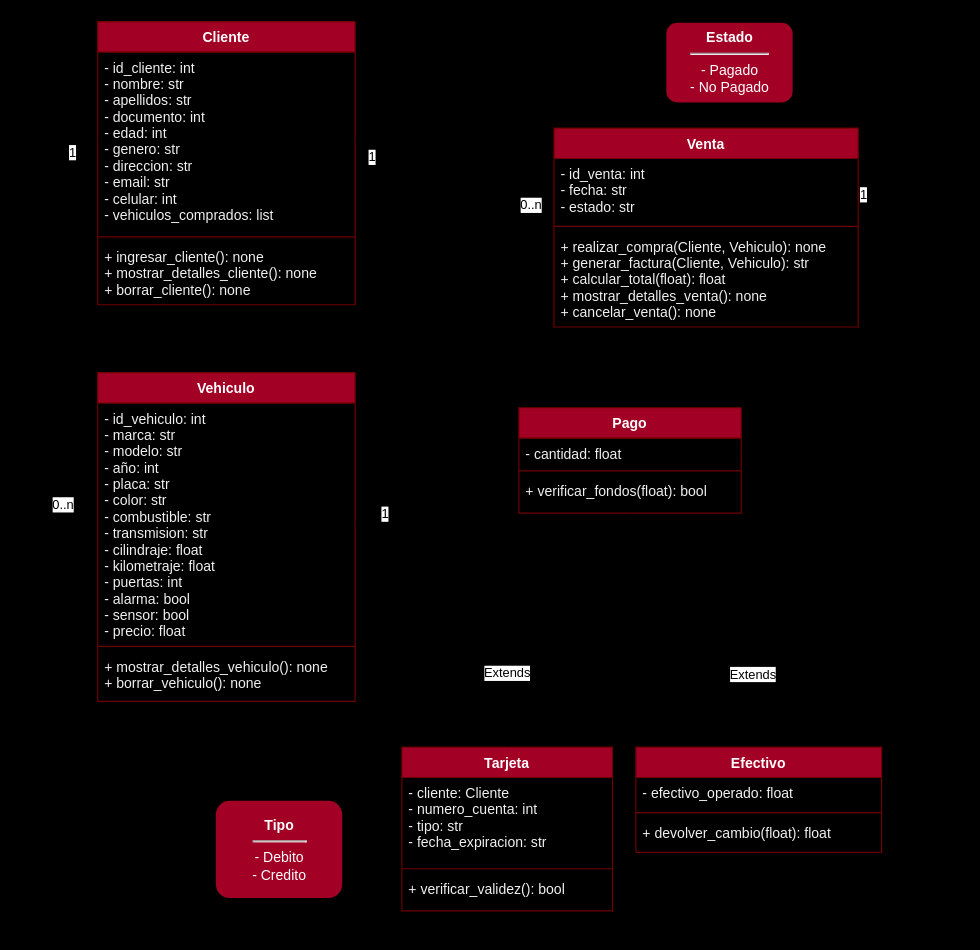
Above: page "Page-1" (1 of 2) of group-project.drawio in mitumial/data-nexus (draw.io), before the change. Source tidied: cells renumbered, new cells numbered last; positions are measured from the earlier drawing's top-left corner, leaving out a move shared by most shapes. Both pictures are drawn from the tidied source at 117%, with x=0, y=0 at pixel (39, 21).
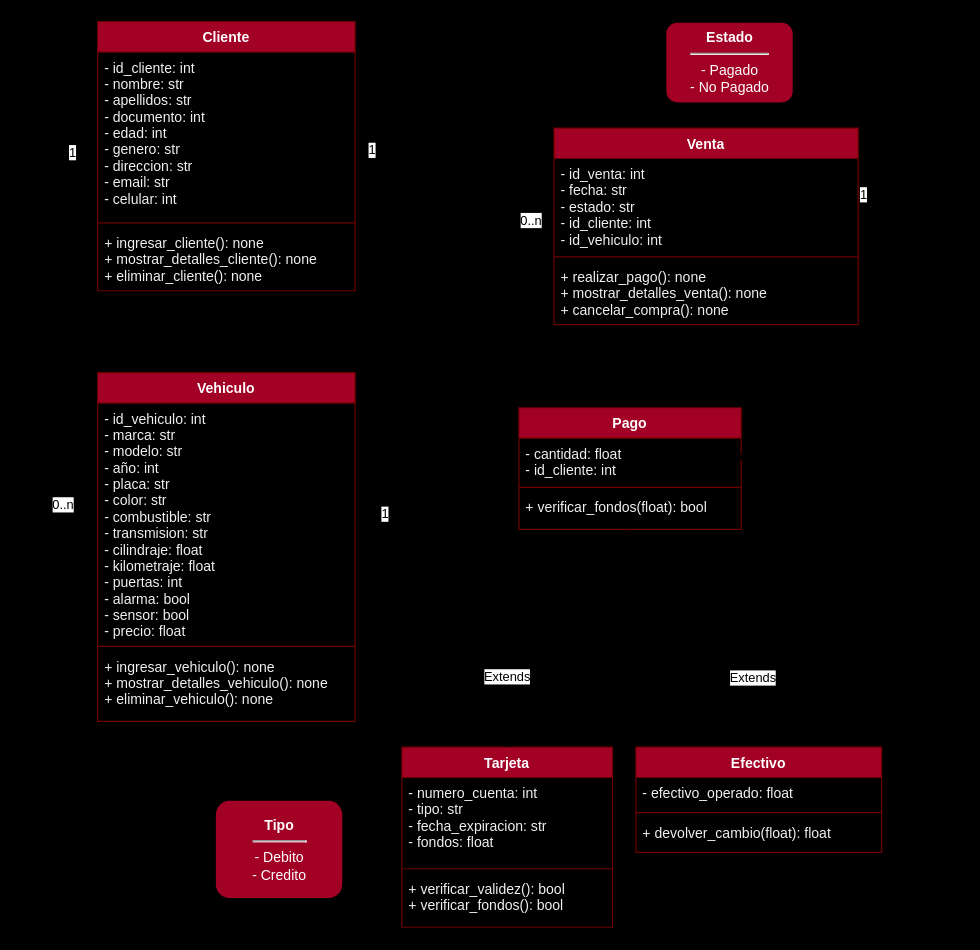
After the change.

Commit message (it also covers changes not shown here):
upodate project diagram

Change to the diagram source:
```diff
@@
     <mxCell id="2" value="Vehiculo" style="swimlane;fontStyle=1;align=center;verticalAlign=top;horizontal=1;startSize=26;fillColor=#a20025;fontColor=#ffffff;strokeColor=#6F0000;" parent="1" vertex="1">
-      <mxGeometry x="50" y="300" width="220" height="281" as="geometry" />
+      <mxGeometry x="50" y="300" width="220" height="298" as="geometry" />
     </mxCell>
@@
-    <mxCell id="5" value="+ mostrar_detalles_vehiculo(): none&#10;+ borrar_vehiculo(): none" style="text;strokeColor=none;fillColor=none;align=left;verticalAlign=top;spacingLeft=4;spacingRight=4;overflow=hidden;fontColor=#F0F0F0;" parent="2" vertex="1">
-      <mxGeometry y="238" width="220" height="43" as="geometry" />
+    <mxCell id="5" value="+ ingresar_vehiculo(): none&#10;+ mostrar_detalles_vehiculo(): none&#10;+ eliminar_vehiculo(): none" style="text;strokeColor=none;fillColor=none;align=left;verticalAlign=top;spacingLeft=4;spacingRight=4;overflow=hidden;fontColor=#F0F0F0;" parent="2" vertex="1">
+      <mxGeometry y="238" width="220" height="60" as="geometry" />
     </mxCell>
     <mxCell id="6" value="Cliente" style="swimlane;fontStyle=1;align=center;verticalAlign=top;horizontal=1;startSize=26;fillColor=#a20025;strokeColor=#6F0000;fontColor=#ffffff;" parent="1" vertex="1">
-      <mxGeometry x="50" width="220" height="242" as="geometry" />
+      <mxGeometry x="50" width="220" height="230" as="geometry" />
     </mxCell>
-    <mxCell id="7" value="- id_cliente: int&#10;- nombre: str&#10;- apellidos: str&#10;- documento: int&#10;- edad: int&#10;- genero: str&#10;- direccion: str&#10;- email: str&#10;- celular: int&#10;- vehiculos_comprados: list" style="text;strokeColor=none;fillColor=none;align=left;verticalAlign=top;spacingLeft=4;spacingRight=4;overflow=hidden;points=[[0,0.5],[1,0.5]];portConstraint=eastwest;fontColor=#F0F0F0;labelBorderColor=none;" parent="6" vertex="1">
-      <mxGeometry y="26" width="220" height="154" as="geometry" />
+    <mxCell id="7" value="- id_cliente: int&#10;- nombre: str&#10;- apellidos: str&#10;- documento: int&#10;- edad: int&#10;- genero: str&#10;- direccion: str&#10;- email: str&#10;- celular: int" style="text;strokeColor=none;fillColor=none;align=left;verticalAlign=top;spacingLeft=4;spacingRight=4;overflow=hidden;points=[[0,0.5],[1,0.5]];portConstraint=eastwest;fontColor=#F0F0F0;labelBorderColor=none;" parent="6" vertex="1">
+      <mxGeometry y="26" width="220" height="142" as="geometry" />
     </mxCell>
@@
     <mxCell id="9" style="line;strokeWidth=1;fillColor=none;align=left;verticalAlign=middle;spacingTop=-1;spacingLeft=3;spacingRight=3;labelPosition=right;strokeColor=inherit;" parent="6" vertex="1">
-      <mxGeometry y="180" width="220" height="8" as="geometry" />
+      <mxGeometry y="168" width="220" height="8" as="geometry" />
     </mxCell>
-    <mxCell id="10" value="+ ingresar_cliente(): none&#10;+ mostrar_detalles_cliente(): none&#10;+ borrar_cliente(): none&#10;&#10;" style="text;strokeColor=none;fillColor=none;align=left;verticalAlign=top;spacingLeft=4;spacingRight=4;overflow=hidden;fontColor=#F0F0F0;" parent="6" vertex="1">
-      <mxGeometry y="188" width="220" height="54" as="geometry" />
+    <mxCell id="10" value="+ ingresar_cliente(): none&#10;+ mostrar_detalles_cliente(): none&#10;+ eliminar_cliente(): none&#10;&#10;" style="text;strokeColor=none;fillColor=none;align=left;verticalAlign=top;spacingLeft=4;spacingRight=4;overflow=hidden;fontColor=#F0F0F0;" parent="6" vertex="1">
+      <mxGeometry y="176" width="220" height="54" as="geometry" />
     </mxCell>
     <mxCell id="11" value="Tarjeta" style="swimlane;fontStyle=1;align=center;verticalAlign=top;horizontal=1;startSize=26;fillColor=#a20025;fontColor=#ffffff;strokeColor=#6F0000;" parent="1" vertex="1">
-      <mxGeometry x="310" y="620" width="180" height="140" as="geometry" />
+      <mxGeometry x="310" y="620" width="180" height="154" as="geometry" />
     </mxCell>
-    <mxCell id="12" value="- cliente: Cliente&#10;- numero_cuenta: int&#10;- tipo: str&#10;- fecha_expiracion: str" style="text;strokeColor=none;fillColor=none;align=left;verticalAlign=top;spacingLeft=4;spacingRight=4;overflow=hidden;fontColor=#F0F0F0;" parent="11" vertex="1">
+    <mxCell id="12" value="- numero_cuenta: int&#10;- tipo: str&#10;- fecha_expiracion: str&#10;- fondos: float" style="text;strokeColor=none;fillColor=none;align=left;verticalAlign=top;spacingLeft=4;spacingRight=4;overflow=hidden;fontColor=#F0F0F0;" parent="11" vertex="1">
       <mxGeometry y="26" width="180" height="74" as="geometry" />
     </mxCell>
@@
-    <mxCell id="14" value="+ verificar_validez(): bool" style="text;strokeColor=none;fillColor=none;align=left;verticalAlign=top;spacingLeft=4;spacingRight=4;overflow=hidden;fontColor=#F0F0F0;" parent="11" vertex="1">
-      <mxGeometry y="108" width="180" height="32" as="geometry" />
+    <mxCell id="14" value="+ verificar_validez(): bool&#10;+ verificar_fondos(): bool" style="text;strokeColor=none;fillColor=none;align=left;verticalAlign=top;spacingLeft=4;spacingRight=4;overflow=hidden;fontColor=#F0F0F0;" parent="11" vertex="1">
+      <mxGeometry y="108" width="180" height="46" as="geometry" />
     </mxCell>
     <mxCell id="15" value="Pago" style="swimlane;fontStyle=1;align=center;verticalAlign=top;horizontal=1;startSize=26;fillColor=#a20025;fontColor=#ffffff;strokeColor=#6F0000;" parent="1" vertex="1">
-      <mxGeometry x="410" y="330" width="190" height="90" as="geometry" />
+      <mxGeometry x="410" y="330" width="190" height="104" as="geometry" />
     </mxCell>
-    <mxCell id="16" value="- cantidad: float" style="text;strokeColor=none;fillColor=none;align=left;verticalAlign=top;spacingLeft=4;spacingRight=4;overflow=hidden;points=[[0,0.5],[1,0.5]];portConstraint=eastwest;fontColor=#F0F0F0;" parent="15" vertex="1">
-      <mxGeometry y="26" width="190" height="24" as="geometry" />
+    <mxCell id="16" value="- cantidad: float&#10;- id_cliente: int" style="text;strokeColor=none;fillColor=none;align=left;verticalAlign=top;spacingLeft=4;spacingRight=4;overflow=hidden;points=[[0,0.5],[1,0.5]];portConstraint=eastwest;fontColor=#F0F0F0;" parent="15" vertex="1">
+      <mxGeometry y="26" width="190" height="38" as="geometry" />
     </mxCell>
     <mxCell id="17" style="line;strokeWidth=1;fillColor=none;align=left;verticalAlign=middle;spacingTop=-1;spacingLeft=3;spacingRight=3;labelPosition=right;strokeColor=inherit;" parent="15" vertex="1">
-      <mxGeometry y="50" width="190" height="8" as="geometry" />
+      <mxGeometry y="64" width="190" height="8" as="geometry" />
     </mxCell>
     <mxCell id="18" value="+ verificar_fondos(float): bool" style="text;strokeColor=none;fillColor=none;align=left;verticalAlign=top;spacingLeft=4;spacingRight=4;overflow=hidden;points=[[0,0.5],[1,0.5]];portConstraint=eastwest;fontColor=#F0F0F0;" parent="15" vertex="1">
-      <mxGeometry y="58" width="190" height="32" as="geometry" />
+      <mxGeometry y="72" width="190" height="32" as="geometry" />
     </mxCell>
@@
     <mxCell id="21" value="Venta" style="swimlane;fontStyle=1;align=center;verticalAlign=top;horizontal=1;startSize=26;fillColor=#a20025;fontColor=#ffffff;strokeColor=#6F0000;" parent="1" vertex="1">
-      <mxGeometry x="440" y="91" width="260" height="170" as="geometry" />
+      <mxGeometry x="440" y="91" width="260" height="168" as="geometry" />
     </mxCell>
-    <mxCell id="22" value="- id_venta: int&#10;- fecha: str&#10;- estado: str" style="text;strokeColor=none;fillColor=none;align=left;verticalAlign=top;spacingLeft=4;spacingRight=4;overflow=hidden;points=[[0,0.5],[1,0.5]];portConstraint=eastwest;fontColor=#F0F0F0;" parent="21" vertex="1">
-      <mxGeometry y="26" width="260" height="54" as="geometry" />
+    <mxCell id="22" value="- id_venta: int&#10;- fecha: str&#10;- estado: str&#10;- id_cliente: int&#10;- id_vehiculo: int" style="text;strokeColor=none;fillColor=none;align=left;verticalAlign=top;spacingLeft=4;spacingRight=4;overflow=hidden;points=[[0,0.5],[1,0.5]];portConstraint=eastwest;fontColor=#F0F0F0;" parent="21" vertex="1">
+      <mxGeometry y="26" width="260" height="80" as="geometry" />
     </mxCell>
     <mxCell id="23" style="line;strokeWidth=1;fillColor=none;align=left;verticalAlign=middle;spacingTop=-1;spacingLeft=3;spacingRight=3;labelPosition=right;strokeColor=inherit;" parent="21" vertex="1">
-      <mxGeometry y="80" width="260" height="8" as="geometry" />
+      <mxGeometry y="106" width="260" height="8" as="geometry" />
     </mxCell>
-    <mxCell id="24" value="+ realizar_compra(Cliente, Vehiculo): none&#10;+ generar_factura(Cliente, Vehiculo): str&#10;+ calcular_total(float): float&#10;+ mostrar_detalles_venta(): none&#10;+ cancelar_venta(): none&#10;" style="text;strokeColor=none;fillColor=none;align=left;verticalAlign=top;spacingLeft=4;spacingRight=4;overflow=hidden;fontColor=#F0F0F0;" parent="21" vertex="1">
-      <mxGeometry y="88" width="260" height="82" as="geometry" />
+    <mxCell id="24" value="+ realizar_pago(): none&#10;+ mostrar_detalles_venta(): none&#10;+ cancelar_compra(): none&#10;" style="text;strokeColor=none;fillColor=none;align=left;verticalAlign=top;spacingLeft=4;spacingRight=4;overflow=hidden;fontColor=#F0F0F0;" parent="21" vertex="1">
+      <mxGeometry y="114" width="260" height="54" as="geometry" />
     </mxCell>
```
